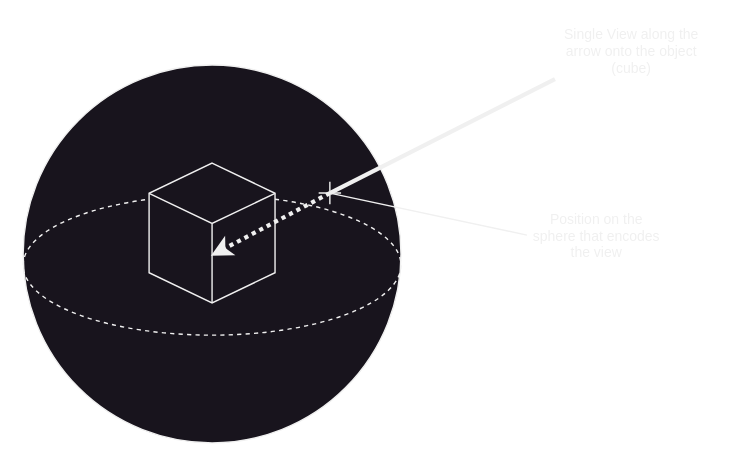
This is img/sphere_views.drawio.svg from sraesch/pixel-contribution, a draw.io export, as it was before one commit. Source tidied: cells renumbered, new cells last; positions are measured from the earlier drawing's top-left corner, leaving out a move shared by most shapes.
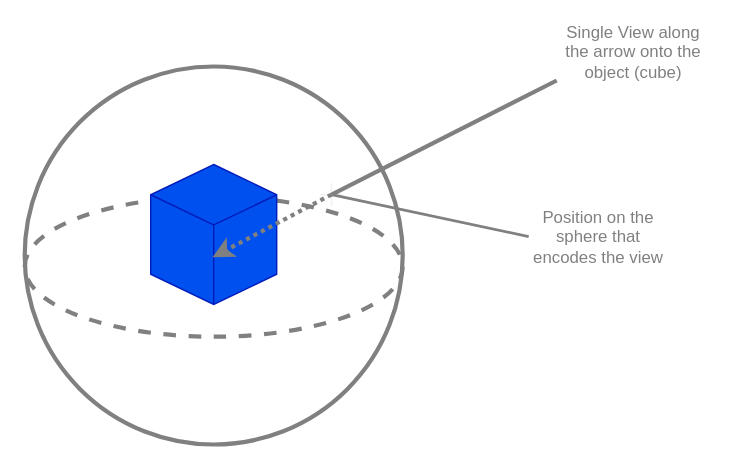
Above is the later version.

Diff of the diagram source:
```diff
@@ -2,33 +2,33 @@
   <root>
     <mxCell id="0" />
     <mxCell id="1" parent="0" />
-    <mxCell id="2" style="ellipse;whiteSpace=wrap;html=1;fillColor=default;" parent="1" vertex="1">
+    <mxCell id="2" style="ellipse;whiteSpace=wrap;html=1;fillColor=none;strokeWidth=3;strokeColor=#808080;" parent="1" vertex="1">
       <mxGeometry y="30" width="270" height="270" as="geometry" />
     </mxCell>
-    <mxCell id="3" style="ellipse;whiteSpace=wrap;html=1;dashed=1;fillColor=none;" parent="1" vertex="1">
+    <mxCell id="3" style="ellipse;whiteSpace=wrap;html=1;dashed=1;fillColor=none;strokeWidth=3;strokeColor=#808080;" parent="1" vertex="1">
       <mxGeometry y="123" width="270" height="100" as="geometry" />
     </mxCell>
-    <mxCell id="4" style="html=1;whiteSpace=wrap;shape=isoCube2;backgroundOutline=1;isoAngle=15;" parent="1" vertex="1">
+    <mxCell id="4" style="html=1;whiteSpace=wrap;shape=isoCube2;backgroundOutline=1;isoAngle=15;fillColor=#0050ef;fontColor=#ffffff;strokeColor=#001DBC;" parent="1" vertex="1">
       <mxGeometry x="90" y="100" width="90" height="100" as="geometry" />
     </mxCell>
     <mxCell id="5" style="shape=cross;whiteSpace=wrap;html=1;size=0;fillColor=#FFFFFF;rotation=-90;" parent="1" vertex="1">
       <mxGeometry x="211.2" y="113.5" width="16" height="16" as="geometry" />
     </mxCell>
-    <mxCell id="6" style="endArrow=none;html=1;rounded=0;exitX=0;exitY=0;exitDx=8;exitDy=8;exitPerimeter=0;strokeWidth=3;" parent="1" edge="1" source="5">
+    <mxCell id="6" style="endArrow=none;html=1;rounded=0;exitX=0;exitY=0;exitDx=8;exitDy=8;exitPerimeter=0;strokeWidth=3;strokeColor=#808080;" parent="1" edge="1" source="5">
       <mxGeometry relative="1" as="geometry">
         <mxPoint x="380" y="40" as="targetPoint" />
       </mxGeometry>
     </mxCell>
-    <mxCell id="7" style="endArrow=classic;html=1;rounded=0;exitX=0;exitY=0;exitDx=8;exitDy=8;exitPerimeter=0;entryX=0.49;entryY=0.663;entryDx=0;entryDy=0;entryPerimeter=0;dashed=1;dashPattern=1 1;strokeWidth=3;" parent="1" edge="1" source="5" target="4">
+    <mxCell id="7" style="endArrow=classic;html=1;rounded=0;exitX=0;exitY=0;exitDx=8;exitDy=8;exitPerimeter=0;entryX=0.49;entryY=0.663;entryDx=0;entryDy=0;entryPerimeter=0;dashed=1;dashPattern=1 1;strokeWidth=3;strokeColor=#808080;" parent="1" edge="1" source="5" target="4">
       <mxGeometry relative="1" as="geometry" />
     </mxCell>
-    <mxCell id="8" value="Single View along the arrow onto the object (cube)" style="text;html=1;strokeColor=none;fillColor=none;align=center;verticalAlign=middle;whiteSpace=wrap;rounded=0;fontSize=10;" parent="1" vertex="1">
+    <mxCell id="8" value="Single View along the arrow onto the object (cube)" style="text;html=1;strokeColor=none;fillColor=none;align=center;verticalAlign=middle;whiteSpace=wrap;rounded=0;fontSize=12;fontColor=#808080;" parent="1" vertex="1">
       <mxGeometry x="380" width="110" height="40" as="geometry" />
     </mxCell>
-    <mxCell id="9" value="Position on the sphere that encodes the view" style="text;html=1;strokeColor=none;fillColor=none;align=center;verticalAlign=middle;whiteSpace=wrap;rounded=0;fontSize=10;" parent="1" vertex="1">
+    <mxCell id="9" value="Position on the sphere that encodes the view" style="text;html=1;strokeColor=none;fillColor=none;align=center;verticalAlign=middle;whiteSpace=wrap;rounded=0;fontSize=12;fontColor=#808080;" parent="1" vertex="1">
       <mxGeometry x="360" y="123" width="100" height="57" as="geometry" />
     </mxCell>
-    <mxCell id="10" style="endArrow=none;html=1;rounded=0;exitX=0;exitY=0;exitDx=8;exitDy=8;exitPerimeter=0;entryX=0;entryY=0.5;entryDx=0;entryDy=0;" parent="1" edge="1" source="5" target="9">
+    <mxCell id="10" style="endArrow=none;html=1;rounded=0;exitX=0;exitY=0;exitDx=8;exitDy=8;exitPerimeter=0;entryX=0;entryY=0.5;entryDx=0;entryDy=0;strokeWidth=2;strokeColor=#808080;" parent="1" edge="1" source="5" target="9">
       <mxGeometry relative="1" as="geometry" />
     </mxCell>
   </root>
```
